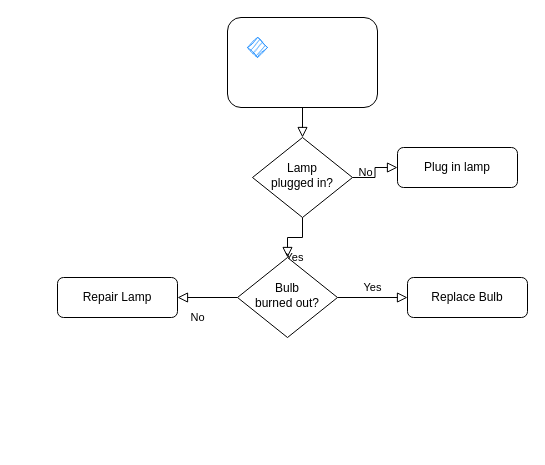
Above: BAGGING.drawio in ChanumoluGayathri/System_Design (draw.io), before the change. Source tidied: cells renumbered, new cells numbered last; positions are measured from the earlier drawing's top-left corner, leaving out a move shared by most shapes. Both pictures are drawn from the tidied source at 100%, with x=0, y=0 at pixel (57, 17).
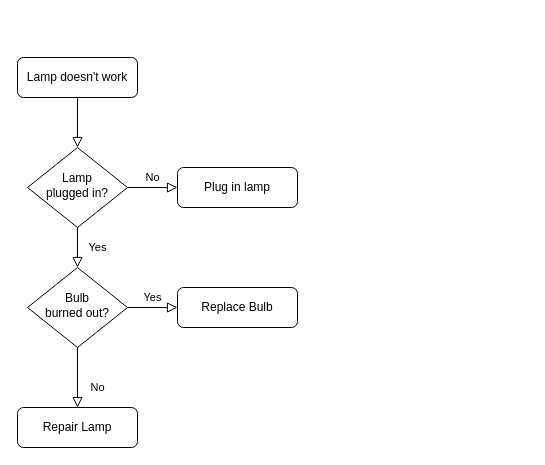
The same diagram, later.

Change to the diagram source:
```diff
@@
 <mxGraphModel>
   <root>
     <mxCell id="0" />
     <mxCell id="1" parent="0" />
     <mxCell id="2" style="rounded=0;html=1;jettySize=auto;fontSize=11;endArrow=block;endFill=0;endSize=8;strokeWidth=1;shadow=0;labelBackgroundColor=none;edgeStyle=orthogonalEdgeStyle;" parent="1" edge="1" source="3" target="6">
       <mxGeometry relative="1" as="geometry" />
     </mxCell>
-    <mxCell id="3" style="rounded=1;whiteSpace=wrap;html=1;fontSize=12;glass=0;strokeWidth=1;shadow=0;" parent="1" vertex="1">
-      <mxGeometry x="170" width="150" height="90" as="geometry" />
+    <mxCell id="3" value="Lamp doesn't work" style="rounded=1;whiteSpace=wrap;html=1;fontSize=12;glass=0;strokeWidth=1;shadow=0;" parent="1" vertex="1">
+      <mxGeometry x="-40" y="40" width="120" height="40" as="geometry" />
     </mxCell>
     <mxCell id="4" value="Yes" style="rounded=0;html=1;jettySize=auto;fontSize=11;endArrow=block;endFill=0;endSize=8;strokeWidth=1;shadow=0;labelBackgroundColor=none;edgeStyle=orthogonalEdgeStyle;" parent="1" edge="1" source="6" target="10">
       <mxGeometry y="20" relative="1" as="geometry" />
     </mxCell>
     <mxCell id="5" value="No" style="edgeStyle=orthogonalEdgeStyle;rounded=0;html=1;jettySize=auto;fontSize=11;endArrow=block;endFill=0;endSize=8;strokeWidth=1;shadow=0;labelBackgroundColor=none;" parent="1" edge="1" source="6" target="7">
       <mxGeometry y="10" relative="1" as="geometry" />
     </mxCell>
     <mxCell id="6" value="Lamp&lt;br&gt;plugged in?" style="rhombus;whiteSpace=wrap;html=1;shadow=0;fontFamily=Helvetica;fontSize=12;align=center;strokeWidth=1;spacing=6;spacingTop=-4;" parent="1" vertex="1">
-      <mxGeometry x="195" y="120" width="100" height="80" as="geometry" />
+      <mxGeometry x="-30" y="130" width="100" height="80" as="geometry" />
     </mxCell>
     <mxCell id="7" value="Plug in lamp" style="rounded=1;whiteSpace=wrap;html=1;fontSize=12;glass=0;strokeWidth=1;shadow=0;" parent="1" vertex="1">
-      <mxGeometry x="340" y="130" width="120" height="40" as="geometry" />
+      <mxGeometry x="120" y="150" width="120" height="40" as="geometry" />
     </mxCell>
     <mxCell id="8" value="No" style="rounded=0;html=1;jettySize=auto;fontSize=11;endArrow=block;endFill=0;endSize=8;strokeWidth=1;shadow=0;labelBackgroundColor=none;edgeStyle=orthogonalEdgeStyle;" parent="1" edge="1" source="10" target="11">
       <mxGeometry x="0.33" y="20" relative="1" as="geometry" />
     </mxCell>
     <mxCell id="9" value="Yes" style="edgeStyle=orthogonalEdgeStyle;rounded=0;html=1;jettySize=auto;fontSize=11;endArrow=block;endFill=0;endSize=8;strokeWidth=1;shadow=0;labelBackgroundColor=none;" parent="1" edge="1" source="10" target="12">
       <mxGeometry y="10" relative="1" as="geometry" />
     </mxCell>
     <mxCell id="10" value="Bulb&lt;br&gt;burned out?" style="rhombus;whiteSpace=wrap;html=1;shadow=0;fontFamily=Helvetica;fontSize=12;align=center;strokeWidth=1;spacing=6;spacingTop=-4;" parent="1" vertex="1">
-      <mxGeometry x="180" y="240" width="100" height="80" as="geometry" />
+      <mxGeometry x="-30" y="250" width="100" height="80" as="geometry" />
     </mxCell>
     <mxCell id="11" value="Repair Lamp" style="rounded=1;whiteSpace=wrap;html=1;fontSize=12;glass=0;strokeWidth=1;shadow=0;" parent="1" vertex="1">
-      <mxGeometry y="260" width="120" height="40" as="geometry" />
+      <mxGeometry x="-40" y="390" width="120" height="40" as="geometry" />
     </mxCell>
     <mxCell id="12" value="Replace Bulb" style="rounded=1;whiteSpace=wrap;html=1;fontSize=12;glass=0;strokeWidth=1;shadow=0;" parent="1" vertex="1">
-      <mxGeometry x="350" y="260" width="120" height="40" as="geometry" />
+      <mxGeometry x="120" y="270" width="120" height="40" as="geometry" />
     </mxCell>
-    <mxCell id="13" style="rhombus;whiteSpace=wrap;html=1;sketch=1;hachureGap=4;jiggle=2;curveFitting=1;fontFamily=Architects Daughter;fontSize=20;shadow=0;strokeColor=#3399FF;fillColor=#3399FF;" parent="1" vertex="1">
-      <mxGeometry x="190" y="20" width="20" height="20" as="geometry" />
-    </mxCell>
   </root>
 </mxGraphModel>
```
